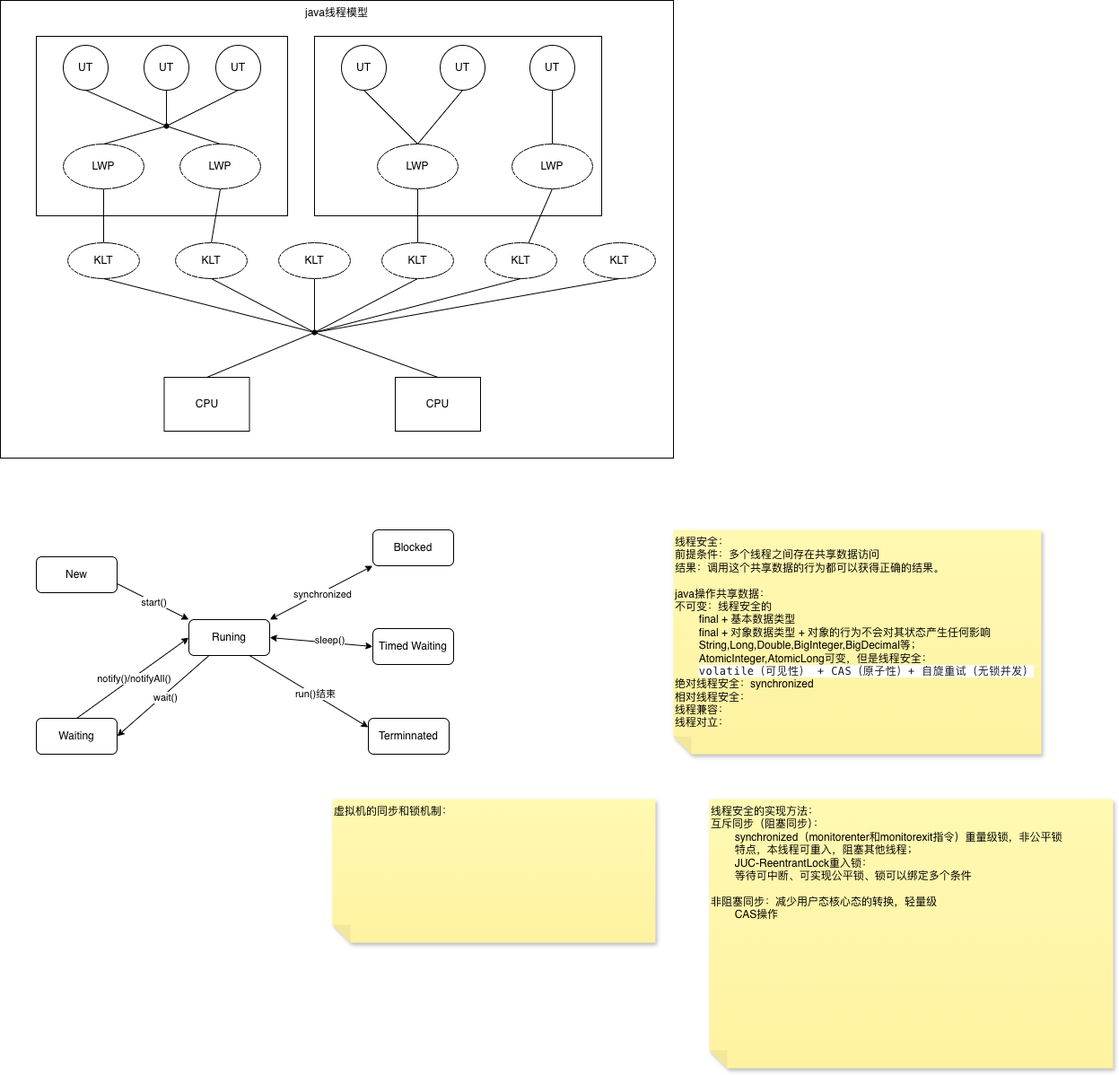
This is java线程模型和线程状态.drawio.png from ggs2015/file, a draw.io export, as it was before one commit. Source tidied: cells renumbered, new cells last; positions are measured from the earlier drawing's top-left corner, leaving out a move shared by most shapes.
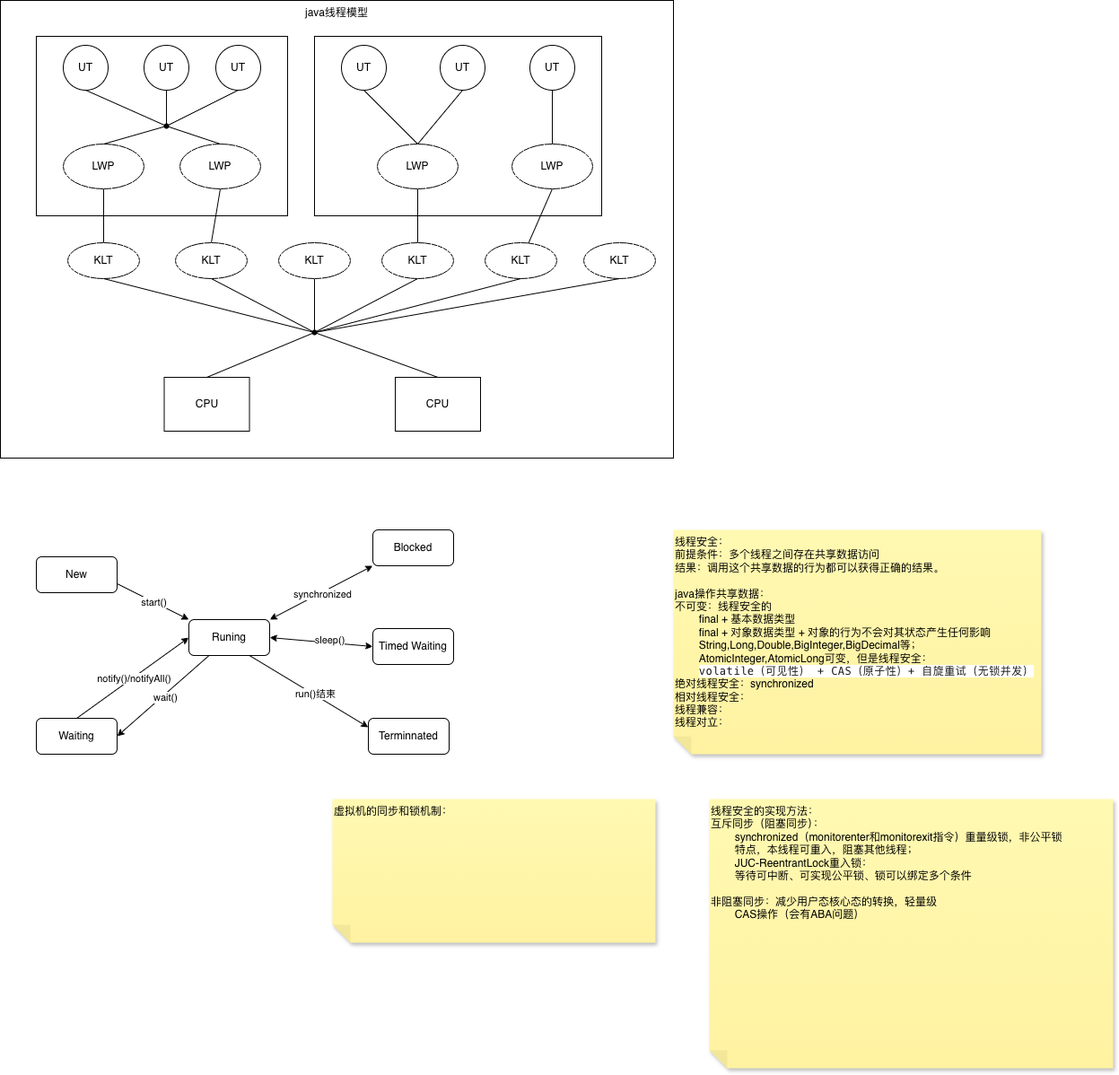
The same diagram one commit later.

Commit message:
更新java线程模型和线程状态.drawio.png

Change to the diagram source:
```diff
@@ -195,7 +195,7 @@
     <mxCell id="64" value="线程安全：&lt;div&gt;前提条件：多个线程之间存在共享数据访问&lt;/div&gt;&lt;div&gt;结果：调用这个共享数据的行为都可以获得正确的结果。&lt;/div&gt;&lt;div&gt;&lt;br&gt;&lt;/div&gt;&lt;div&gt;java操作共享数据：&lt;/div&gt;&lt;div&gt;不可变：线程安全的&lt;/div&gt;&lt;div&gt;&lt;span style=&quot;white-space: pre;&quot;&gt;&#9;&lt;/span&gt;final + 基本数据类型&lt;/div&gt;&lt;div&gt;&lt;span style=&quot;white-space: pre;&quot;&gt;&#9;&lt;/span&gt;final + 对象数据类型 + 对象的行为不会对其状态产生任何影响&lt;/div&gt;&lt;div&gt;&lt;span style=&quot;white-space: pre;&quot;&gt;&#9;&lt;/span&gt;String,Long,Double,BigInteger,BigDecimal等；&lt;br&gt;&lt;/div&gt;&lt;div&gt;&lt;span style=&quot;white-space: pre;&quot;&gt;&#9;&lt;/span&gt;AtomicInteger,AtomicLong可变，但是线程安全：&lt;br&gt;&lt;/div&gt;&lt;div&gt;&lt;span style=&quot;white-space: pre;&quot;&gt;&#9;&lt;/span&gt;&lt;font color=&quot;#1a1a1a&quot; face=&quot;Fira Code, Fira Mono, Menlo, Consolas, DejaVu Sans Mono, monospace&quot;&gt;&lt;span style=&quot;letter-spacing: 0.5px; background-color: rgb(255, 255, 255);&quot;&gt;volatile（可见性） + CAS（原子性）+ 自旋重试（无锁并发）&lt;/span&gt;&lt;/font&gt;&lt;/div&gt;&lt;div&gt;绝对线程安全：synchronized&lt;/div&gt;&lt;div&gt;相对线程安全：&lt;/div&gt;&lt;div&gt;线程兼容：&lt;/div&gt;&lt;div&gt;线程对立：&lt;/div&gt;&lt;div&gt;&lt;br&gt;&lt;/div&gt;&lt;div&gt;&lt;span style=&quot;white-space: pre;&quot;&gt;&#9;&lt;/span&gt;&lt;br&gt;&lt;/div&gt;" style="shape=note;whiteSpace=wrap;html=1;backgroundOutline=1;fontColor=#000000;darkOpacity=0.05;fillColor=#FFF9B2;strokeColor=none;fillStyle=solid;direction=west;gradientDirection=north;gradientColor=#FFF2A1;shadow=1;size=20;verticalAlign=top;align=left;" parent="1" vertex="1">
       <mxGeometry x="750" y="590" width="410" height="250" as="geometry" />
     </mxCell>
-    <mxCell id="65" value="线程安全的实现方法：&lt;div&gt;互斥同步（阻塞同步）：&lt;/div&gt;&lt;div&gt;&lt;span style=&quot;white-space: pre;&quot;&gt;&#9;&lt;/span&gt;synchronized（monitorenter和monitorexit指令）重量级锁，非公平锁&lt;/div&gt;&lt;div&gt;&lt;span style=&quot;white-space: pre;&quot;&gt;&#9;&lt;/span&gt;特点，本线程可重入，阻塞其他线程；&lt;br&gt;&lt;/div&gt;&lt;div&gt;&lt;span style=&quot;white-space: pre;&quot;&gt;&#9;&lt;/span&gt;JUC-ReentrantLock重入锁：&lt;br&gt;&lt;/div&gt;&lt;div&gt;&lt;span style=&quot;white-space: pre;&quot;&gt;&#9;&lt;/span&gt;等待可中断、可实现公平锁、锁可以绑定多个条件&lt;br&gt;&lt;/div&gt;&lt;div&gt;&lt;br&gt;&lt;/div&gt;&lt;div&gt;非阻塞同步：减少用户态核心态的转换，轻量级&lt;/div&gt;&lt;div&gt;&lt;span style=&quot;white-space: pre;&quot;&gt;&#9;&lt;/span&gt;CAS操作&lt;br&gt;&lt;/div&gt;&lt;div&gt;&lt;br&gt;&lt;/div&gt;&lt;div&gt;&lt;br&gt;&lt;/div&gt;" style="shape=note;whiteSpace=wrap;html=1;backgroundOutline=1;fontColor=#000000;darkOpacity=0.05;fillColor=#FFF9B2;strokeColor=none;fillStyle=solid;direction=west;gradientDirection=north;gradientColor=#FFF2A1;shadow=1;size=20;verticalAlign=top;align=left;" parent="1" vertex="1">
+    <mxCell id="65" value="线程安全的实现方法：&lt;div&gt;互斥同步（阻塞同步）：&lt;/div&gt;&lt;div&gt;&lt;span style=&quot;white-space: pre;&quot;&gt;&#9;&lt;/span&gt;synchronized（monitorenter和monitorexit指令）重量级锁，非公平锁&lt;/div&gt;&lt;div&gt;&lt;span style=&quot;white-space: pre;&quot;&gt;&#9;&lt;/span&gt;特点，本线程可重入，阻塞其他线程；&lt;br&gt;&lt;/div&gt;&lt;div&gt;&lt;span style=&quot;white-space: pre;&quot;&gt;&#9;&lt;/span&gt;JUC-ReentrantLock重入锁：&lt;br&gt;&lt;/div&gt;&lt;div&gt;&lt;span style=&quot;white-space: pre;&quot;&gt;&#9;&lt;/span&gt;等待可中断、可实现公平锁、锁可以绑定多个条件&lt;br&gt;&lt;/div&gt;&lt;div&gt;&lt;br&gt;&lt;/div&gt;&lt;div&gt;非阻塞同步：减少用户态核心态的转换，轻量级&lt;/div&gt;&lt;div&gt;&lt;span style=&quot;white-space: pre;&quot;&gt;&#9;&lt;/span&gt;CAS操作（会有ABA问题）&lt;br&gt;&lt;/div&gt;&lt;div&gt;&lt;br&gt;&lt;/div&gt;&lt;div&gt;&lt;br&gt;&lt;/div&gt;" style="shape=note;whiteSpace=wrap;html=1;backgroundOutline=1;fontColor=#000000;darkOpacity=0.05;fillColor=#FFF9B2;strokeColor=none;fillStyle=solid;direction=west;gradientDirection=north;gradientColor=#FFF2A1;shadow=1;size=20;verticalAlign=top;align=left;" parent="1" vertex="1">
       <mxGeometry x="790" y="890" width="450" height="300" as="geometry" />
     </mxCell>
     <mxCell id="66" value="虚拟机的同步和锁机制：" style="shape=note;whiteSpace=wrap;html=1;backgroundOutline=1;fontColor=#000000;darkOpacity=0.05;fillColor=#FFF9B2;strokeColor=none;fillStyle=solid;direction=west;gradientDirection=north;gradientColor=#FFF2A1;shadow=1;size=20;verticalAlign=top;align=left;" parent="1" vertex="1">
```
